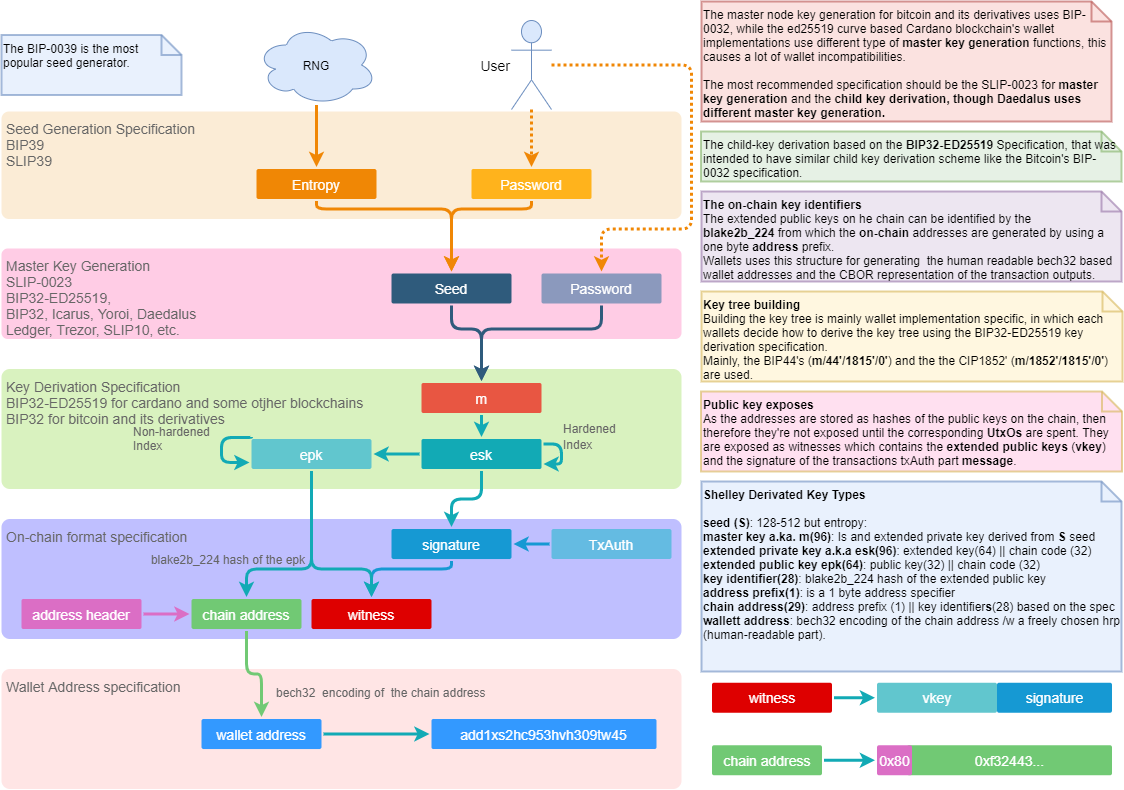
The draw.io diagram images/Wallet_Specification.png in ilap/ShelleyStuffs, before a commit. Source tidied: cells renumbered, new cells last; positions are measured from the earlier drawing's top-left corner, leaving out a move shared by most shapes.
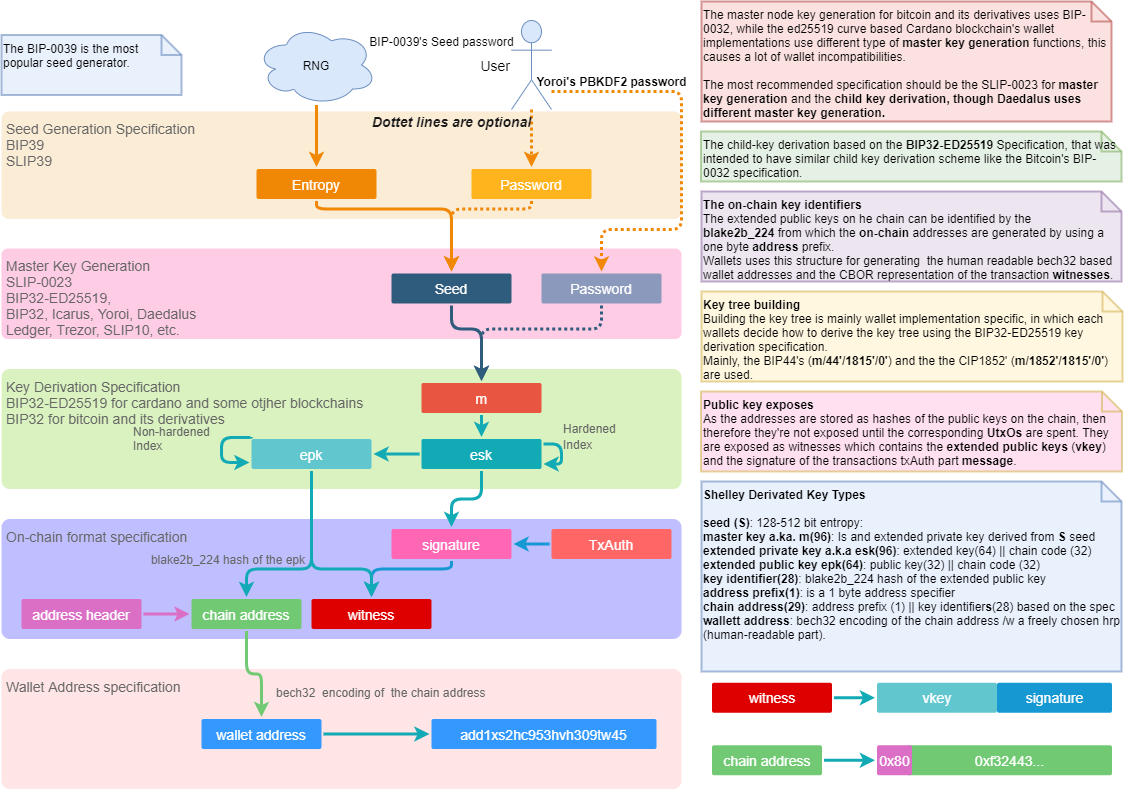
Later version of the same file.

Commit message:
Updated Wallet Spec

Diff of the diagram source:
```diff
@@ -20,9 +20,9 @@
     <mxCell id="7" style="edgeStyle=orthogonalEdgeStyle;rounded=1;jumpStyle=none;html=1;shadow=0;labelBackgroundColor=none;startArrow=none;startFill=0;endArrow=classic;endFill=1;jettySize=auto;strokeColor=#F08705;strokeWidth=3;fontFamily=Helvetica;fontSize=14;fontColor=#FFFFFF;spacing=5;dashed=1;dashPattern=1 1;" parent="1" edge="1" source="18" target="23">
       <mxGeometry relative="1" as="geometry">
         <Array as="points">
-          <mxPoint x="690" y="63.5" />
-          <mxPoint x="690" y="227.5" />
-          <mxPoint x="600" y="227.5" />
+          <mxPoint x="680" y="90" />
+          <mxPoint x="680" y="228" />
+          <mxPoint x="600" y="228" />
         </Array>
       </mxGeometry>
     </mxCell>
@@ -48,10 +48,10 @@
     <mxCell id="11" value="m" style="rounded=1;whiteSpace=wrap;html=1;shadow=0;labelBackgroundColor=none;strokeColor=none;strokeWidth=3;fillColor=#e85642;fontFamily=Helvetica;fontSize=14;fontColor=#FFFFFF;align=center;spacing=5;fontStyle=0;arcSize=7;perimeterSpacing=2;" parent="1" vertex="1">
       <mxGeometry x="420" y="381.5" width="120" height="30" as="geometry" />
     </mxCell>
-    <mxCell id="12" value="signature" style="rounded=1;whiteSpace=wrap;html=1;shadow=0;labelBackgroundColor=none;strokeColor=none;strokeWidth=3;fillColor=#1699d3;fontFamily=Helvetica;fontSize=14;fontColor=#FFFFFF;align=center;spacing=5;fontStyle=0;arcSize=7;perimeterSpacing=2;" parent="1" vertex="1">
+    <mxCell id="12" value="signature" style="rounded=1;whiteSpace=wrap;html=1;shadow=0;labelBackgroundColor=none;strokeColor=none;strokeWidth=3;fontFamily=Helvetica;fontSize=14;fontColor=#FFFFFF;align=center;spacing=5;fontStyle=0;arcSize=7;perimeterSpacing=2;fillColor=#FF66B3;" parent="1" vertex="1">
       <mxGeometry x="390" y="527.5" width="120" height="30" as="geometry" />
     </mxCell>
-    <mxCell id="13" value="TxAuth" style="rounded=1;whiteSpace=wrap;html=1;shadow=0;labelBackgroundColor=none;strokeColor=none;strokeWidth=3;fillColor=#64bbe2;fontFamily=Helvetica;fontSize=14;fontColor=#FFFFFF;align=center;spacing=5;arcSize=7;perimeterSpacing=2;fontStyle=0;" parent="1" vertex="1">
+    <mxCell id="13" value="TxAuth" style="rounded=1;whiteSpace=wrap;html=1;shadow=0;labelBackgroundColor=none;strokeColor=none;strokeWidth=3;fontFamily=Helvetica;fontSize=14;fontColor=#FFFFFF;align=center;spacing=5;arcSize=7;perimeterSpacing=2;fontStyle=0;fillColor=#FF6666;" parent="1" vertex="1">
       <mxGeometry x="550" y="527.5" width="120" height="30" as="geometry" />
     </mxCell>
     <mxCell id="14" value="Entropy" style="rounded=1;whiteSpace=wrap;html=1;shadow=0;labelBackgroundColor=none;strokeColor=none;strokeWidth=3;fillColor=#F08705;fontFamily=Helvetica;fontSize=14;fontColor=#FFFFFF;align=center;spacing=5;fontStyle=0;arcSize=7;perimeterSpacing=2;" parent="1" vertex="1">
@@ -69,8 +69,8 @@
     <mxCell id="18" value="User" style="shape=umlActor;verticalLabelPosition=middle;verticalAlign=middle;html=1;outlineConnect=0;fillColor=#dae8fc;strokeColor=#6c8ebf;labelPosition=left;align=right;fontStyle=0;fontSize=14;" parent="1" vertex="1">
       <mxGeometry x="510" y="19" width="40" height="89" as="geometry" />
     </mxCell>
-    <mxCell id="19" style="edgeStyle=none;rounded=0;jumpStyle=none;html=1;shadow=0;labelBackgroundColor=none;startArrow=none;startFill=0;endArrow=classic;endFill=1;jettySize=auto;strokeColor=#F08705;strokeWidth=3;fontFamily=Helvetica;fontSize=14;fontColor=#FFFFFF;spacing=5;dashed=1;dashPattern=1 1;" parent="1" edge="1" source="18" target="20">
-      <mxGeometry relative="1" as="geometry" />
+    <mxCell id="19" value="Dottet lines are optional" style="edgeStyle=none;rounded=0;jumpStyle=none;html=1;shadow=0;labelBackgroundColor=none;startArrow=none;startFill=0;endArrow=classic;endFill=1;jettySize=auto;strokeColor=#F08705;strokeWidth=3;fontFamily=Helvetica;fontSize=14;spacing=5;dashed=1;dashPattern=1 1;fontColor=#1A1A1A;fontStyle=3;" parent="1" edge="1" source="18" target="20">
+      <mxGeometry x="-0.58" y="-80" relative="1" as="geometry" />
     </mxCell>
     <mxCell id="20" value="Password" style="rounded=1;whiteSpace=wrap;html=1;shadow=0;labelBackgroundColor=none;strokeColor=none;strokeWidth=3;fontFamily=Helvetica;fontSize=14;fontColor=#FFFFFF;align=center;spacing=5;fontStyle=0;arcSize=7;perimeterSpacing=2;fillColor=#FFB31C;" parent="1" vertex="1">
       <mxGeometry x="470" y="167.5" width="120" height="30" as="geometry" />
@@ -78,7 +78,7 @@
     <mxCell id="21" value="RNG" style="ellipse;shape=cloud;whiteSpace=wrap;html=1;fillColor=#dae8fc;strokeColor=#6c8ebf;" parent="1" vertex="1">
       <mxGeometry x="255" y="23.5" width="120" height="80" as="geometry" />
     </mxCell>
-    <mxCell id="22" style="edgeStyle=orthogonalEdgeStyle;rounded=1;jumpStyle=none;html=1;shadow=0;labelBackgroundColor=none;startArrow=none;startFill=0;endArrow=classic;endFill=1;jettySize=auto;strokeWidth=3;fontFamily=Helvetica;fontSize=16;fontColor=#23445D;spacing=5;entryX=0.5;entryY=0;entryDx=0;entryDy=0;strokeColor=#F08705;" parent="1" edge="1" source="20" target="10">
+    <mxCell id="22" style="edgeStyle=orthogonalEdgeStyle;rounded=1;jumpStyle=none;html=1;shadow=0;labelBackgroundColor=none;startArrow=none;startFill=0;endArrow=classic;endFill=1;jettySize=auto;strokeWidth=3;fontFamily=Helvetica;fontSize=16;fontColor=#23445D;spacing=5;entryX=0.5;entryY=0;entryDx=0;entryDy=0;strokeColor=#F08705;dashed=1;dashPattern=1 1;" parent="1" edge="1" source="20" target="10">
       <mxGeometry relative="1" as="geometry">
         <Array as="points">
           <mxPoint x="530" y="207.5" />
@@ -92,7 +92,7 @@
     <mxCell id="24" value="esk" style="rounded=1;whiteSpace=wrap;html=1;shadow=0;labelBackgroundColor=none;strokeColor=none;strokeWidth=3;fillColor=#12aab5;fontFamily=Helvetica;fontSize=14;fontColor=#FFFFFF;align=center;spacing=5;fontStyle=0;arcSize=7;perimeterSpacing=2;" parent="1" vertex="1">
       <mxGeometry x="420" y="437.5" width="120" height="30" as="geometry" />
     </mxCell>
-    <mxCell id="25" style="edgeStyle=orthogonalEdgeStyle;rounded=1;jumpStyle=none;html=1;shadow=0;labelBackgroundColor=none;startArrow=none;startFill=0;endArrow=classic;endFill=1;jettySize=auto;strokeColor=#2F5B7C;strokeWidth=3;fontFamily=Helvetica;fontSize=16;fontColor=#23445D;spacing=5;exitX=0.5;exitY=1;exitDx=0;exitDy=0;entryX=0.5;entryY=0;entryDx=0;entryDy=0;" parent="1" edge="1" source="23" target="11">
+    <mxCell id="25" style="edgeStyle=orthogonalEdgeStyle;rounded=1;jumpStyle=none;html=1;shadow=0;labelBackgroundColor=none;startArrow=none;startFill=0;endArrow=classic;endFill=1;jettySize=auto;strokeColor=#2F5B7C;strokeWidth=3;fontFamily=Helvetica;fontSize=16;fontColor=#23445D;spacing=5;exitX=0.5;exitY=1;exitDx=0;exitDy=0;entryX=0.5;entryY=0;entryDx=0;entryDy=0;dashed=1;dashPattern=1 1;" parent="1" edge="1" source="23" target="11">
       <mxGeometry relative="1" as="geometry">
         <Array as="points">
           <mxPoint x="600" y="327.5" />
@@ -212,7 +212,7 @@
     <mxCell id="54" value="The child-key derivation based on the &lt;b style=&quot;font-size: 12px;&quot;&gt;BIP32-ED25519&lt;/b&gt; Specification, that was intended to have similar child key derivation scheme like the Bitcoin's BIP-0032 specification.&lt;br style=&quot;font-size: 12px;&quot;&gt;" style="shape=note;strokeWidth=2;fontSize=12;size=20;whiteSpace=wrap;html=1;fillColor=#d5e8d4;strokeColor=#82b366;labelBackgroundColor=none;opacity=60;align=left;verticalAlign=top;" parent="1" vertex="1">
       <mxGeometry x="699.5" y="130" width="420.5" height="50" as="geometry" />
     </mxCell>
-    <mxCell id="55" value="&lt;b style=&quot;font-size: 12px&quot;&gt;The on-chain key identifiers&lt;br style=&quot;font-size: 12px&quot;&gt;&lt;/b&gt;The extended public keys on he chain can be identified by the &lt;b style=&quot;font-size: 12px&quot;&gt;blake2b_224&lt;/b&gt;&amp;nbsp;from which the &lt;b style=&quot;font-size: 12px&quot;&gt;on-chain&amp;nbsp;&lt;/b&gt;addresses are generated by using a one byte &lt;b style=&quot;font-size: 12px&quot;&gt;address&amp;nbsp;&lt;/b&gt;prefix.&lt;br style=&quot;font-size: 12px&quot;&gt;Wallets uses this structure for generating&amp;nbsp; the human readable bech32 based wallet addresses and the CBOR representation of the transaction outputs." style="shape=note;strokeWidth=2;fontSize=12;size=20;whiteSpace=wrap;html=1;fillColor=#e1d5e7;strokeColor=#9673a6;labelBackgroundColor=none;opacity=60;align=left;verticalAlign=top;" parent="1" vertex="1">
+    <mxCell id="55" value="&lt;b style=&quot;font-size: 12px&quot;&gt;The on-chain key identifiers&lt;br style=&quot;font-size: 12px&quot;&gt;&lt;/b&gt;The extended public keys on he chain can be identified by the &lt;b style=&quot;font-size: 12px&quot;&gt;blake2b_224&lt;/b&gt;&amp;nbsp;from which the &lt;b style=&quot;font-size: 12px&quot;&gt;on-chain&amp;nbsp;&lt;/b&gt;addresses are generated by using a one byte &lt;b style=&quot;font-size: 12px&quot;&gt;address&amp;nbsp;&lt;/b&gt;prefix.&lt;br style=&quot;font-size: 12px&quot;&gt;Wallets uses this structure for generating&amp;nbsp; the human readable bech32 based wallet addresses and the CBOR representation of the transaction &lt;b&gt;witnesses&lt;/b&gt;." style="shape=note;strokeWidth=2;fontSize=12;size=20;whiteSpace=wrap;html=1;fillColor=#e1d5e7;strokeColor=#9673a6;labelBackgroundColor=none;opacity=60;align=left;verticalAlign=top;" parent="1" vertex="1">
       <mxGeometry x="700" y="190" width="420" height="90" as="geometry" />
     </mxCell>
     <mxCell id="56" value="&lt;b style=&quot;font-size: 12px;&quot;&gt;Key tree building&lt;br style=&quot;font-size: 12px;&quot;&gt;&lt;/b&gt;Building the key tree is mainly wallet implementation specific, in which each wallets decide how to derive the key tree using the BIP32-ED25519 key derivation specification.&lt;br style=&quot;font-size: 12px;&quot;&gt;Mainly, the BIP44's (&lt;b style=&quot;font-size: 12px;&quot;&gt;m/44'/1815'/0'&lt;/b&gt;)&amp;nbsp;and the the CIP1852' (&lt;b style=&quot;font-size: 12px;&quot;&gt;m/1852'/1815'/0'&lt;/b&gt;) are used." style="shape=note;strokeWidth=2;fontSize=12;size=20;whiteSpace=wrap;html=1;fillColor=#fff2cc;strokeColor=#d6b656;labelBackgroundColor=none;opacity=60;align=left;verticalAlign=top;" parent="1" vertex="1">
@@ -221,8 +221,14 @@
     <mxCell id="57" value="&lt;b style=&quot;font-size: 12px;&quot;&gt;Public key exposes&lt;/b&gt;&lt;br style=&quot;font-size: 12px;&quot;&gt;As the addresses are stored as hashes of the public keys on the chain, then therefore they're not exposed until the corresponding &lt;b style=&quot;font-size: 12px;&quot;&gt;UtxOs&lt;/b&gt; are&amp;nbsp;spent. They are exposed as witnesses which contains the &lt;b style=&quot;font-size: 12px;&quot;&gt;extended public keys&lt;/b&gt; (&lt;b style=&quot;font-size: 12px;&quot;&gt;vkey&lt;/b&gt;) and the signature of the transactions txAuth part &lt;b style=&quot;font-size: 12px;&quot;&gt;message&lt;/b&gt;." style="shape=note;strokeWidth=2;fontSize=12;size=20;whiteSpace=wrap;html=1;strokeColor=#d6b656;labelBackgroundColor=none;opacity=60;align=left;verticalAlign=top;fillColor=#FFCCE6;" parent="1" vertex="1">
       <mxGeometry x="699.5" y="390" width="421" height="80" as="geometry" />
     </mxCell>
-    <mxCell id="58" value="&lt;b&gt;Shelley Derivated Key Types&lt;/b&gt;&lt;br&gt;&lt;br&gt;&lt;b&gt;seed (S)&lt;/b&gt;: 128-512 but entropy:&lt;br&gt;&lt;b&gt;master key a.ka. m(96)&lt;/b&gt;: Is and extended private key derived from &lt;b&gt;S &lt;/b&gt;seed&lt;br&gt;&lt;b&gt;extended private key a.k.a esk(96)&lt;/b&gt;: extended key(64) || chain code (32)&lt;br&gt;&lt;b&gt;extended public key epk(64)&lt;/b&gt;: public key(32) || chain code (32)&lt;br&gt;&lt;b&gt;key identifier(28)&lt;/b&gt;: blake2b_224 hash of the extended public key&lt;br&gt;&lt;b&gt;address prefix(1)&lt;/b&gt;: is a 1 byte address specifier&lt;br&gt;&lt;b&gt;chain address(29)&lt;/b&gt;: address prefix (1) || key identifier&lt;b&gt;s&lt;/b&gt;(28) based on the spec&lt;br&gt;&lt;b&gt;wallett address&lt;/b&gt;: bech32 encoding of the chain address /w a freely chosen hrp (human-readable part)." style="shape=note;strokeWidth=2;fontSize=12;size=20;whiteSpace=wrap;html=1;fillColor=#dae8fc;strokeColor=#6c8ebf;labelBackgroundColor=none;opacity=60;align=left;verticalAlign=top;" parent="1" vertex="1">
+    <mxCell id="58" value="&lt;b&gt;Shelley Derivated Key Types&lt;/b&gt;&lt;br&gt;&lt;br&gt;&lt;b&gt;seed (S)&lt;/b&gt;: 128-512 bit entropy:&lt;br&gt;&lt;b&gt;master key a.ka. m(96)&lt;/b&gt;: Is and extended private key derived from &lt;b&gt;S &lt;/b&gt;seed&lt;br&gt;&lt;b&gt;extended private key a.k.a esk(96)&lt;/b&gt;: extended key(64) || chain code (32)&lt;br&gt;&lt;b&gt;extended public key epk(64)&lt;/b&gt;: public key(32) || chain code (32)&lt;br&gt;&lt;b&gt;key identifier(28)&lt;/b&gt;: blake2b_224 hash of the extended public key&lt;br&gt;&lt;b&gt;address prefix(1)&lt;/b&gt;: is a 1 byte address specifier&lt;br&gt;&lt;b&gt;chain address(29)&lt;/b&gt;: address prefix (1) || key identifier&lt;b&gt;s&lt;/b&gt;(28) based on the spec&lt;br&gt;&lt;b&gt;wallett address&lt;/b&gt;: bech32 encoding of the chain address /w a freely chosen hrp (human-readable part)." style="shape=note;strokeWidth=2;fontSize=12;size=20;whiteSpace=wrap;html=1;fillColor=#dae8fc;strokeColor=#6c8ebf;labelBackgroundColor=none;opacity=60;align=left;verticalAlign=top;" parent="1" vertex="1">
       <mxGeometry x="700" y="480" width="420" height="190" as="geometry" />
     </mxCell>
+    <mxCell id="59" value="Yoroi's PBKDF2 password" style="text;html=1;align=center;verticalAlign=middle;fontStyle=1;" parent="1" vertex="1">
+      <mxGeometry x="525" y="70" width="170" height="20" as="geometry" />
+    </mxCell>
+    <mxCell id="60" value="BIP-0039's Seed password" style="text;html=1;align=center;verticalAlign=middle;" parent="1" vertex="1">
+      <mxGeometry x="360" y="30" width="160" height="20" as="geometry" />
+    </mxCell>
   </root>
 </mxGraphModel>
```
